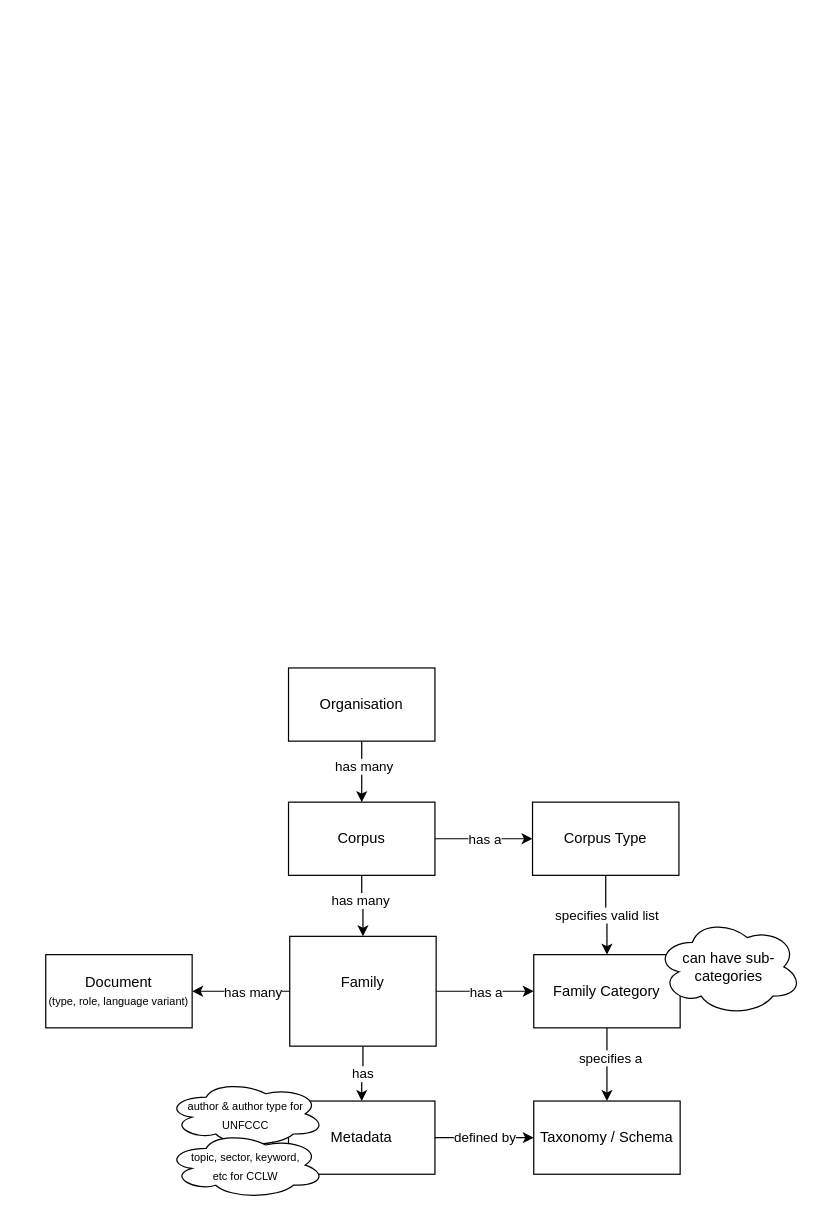
diversemix/scratch keeps this draw.io diagram as Suggested.drawio. Above is the earlier version. Source tidied: cells renumbered, new cells numbered last; positions are measured from the earlier drawing's top-left corner, leaving out a move shared by most shapes. Both pictures are drawn from the tidied source at 122%, with x=0, y=0 at pixel (45, 667).
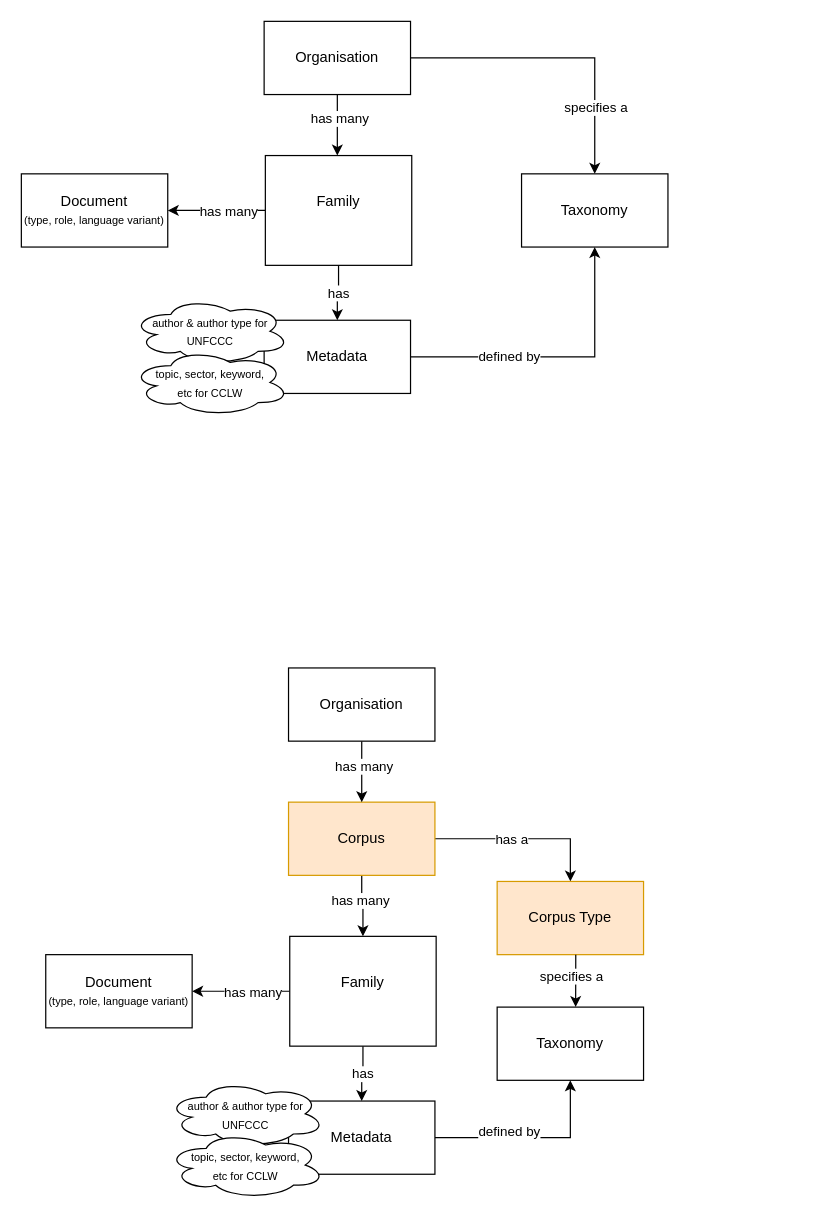
Above is the later version.

Unchanged cells that the change refers to:
```xml
<mxCell id="22" value="&lt;div&gt;Family&lt;/div&gt;&lt;div&gt;&lt;br&gt;&lt;/div&gt;" style="rounded=0;whiteSpace=wrap;html=1;" parent="1" vertex="1">
  <mxGeometry x="200" y="220" width="120" height="90" as="geometry" />
</mxCell>
<mxCell id="24" value="Metadata" style="rounded=0;whiteSpace=wrap;html=1;" parent="1" vertex="1">
  <mxGeometry x="199" y="355" width="120" height="60" as="geometry" />
</mxCell>
```

The edit, as a diff of the source:
```diff
@@
-    <mxCell id="2" style="edgeStyle=orthogonalEdgeStyle;rounded=0;jettySize=auto;html=1;" parent="1" edge="1" source="6" target="11">
-      <mxGeometry relative="1" as="geometry" />
+    <mxCell id="2" style="edgeStyle=orthogonalEdgeStyle;rounded=0;jettySize=auto;html=1;entryX=0.5;entryY=0;entryDx=0;entryDy=0;" parent="1" edge="1" source="6" target="11">
+      <mxGeometry relative="1" as="geometry">
+        <Array as="points">
+          <mxPoint x="430" y="140" />
+        </Array>
+      </mxGeometry>
     </mxCell>
     <mxCell id="3" value="has a" style="edgeLabel;html=1;align=center;verticalAlign=middle;" parent="2" vertex="1">
       <mxGeometry x="0.08" y="1" relative="1" as="geometry">
-        <mxPoint x="-3" y="1" as="offset" />
+        <mxPoint x="-17" y="1" as="offset" />
       </mxGeometry>
     </mxCell>
@@
-    <mxCell id="6" value="Corpus" style="rounded=0;whiteSpace=wrap;html=1;" parent="1" vertex="1">
+    <mxCell id="6" value="Corpus" style="rounded=0;whiteSpace=wrap;html=1;fillColor=#ffe6cc;strokeColor=#d79b00;" parent="1" vertex="1">
       <mxGeometry x="199" y="110" width="120" height="60" as="geometry" />
     </mxCell>
@@
-    <mxCell id="10" value="specifies valid list" style="edgeStyle=orthogonalEdgeStyle;rounded=0;jettySize=auto;html=1;" parent="1" edge="1" source="11" target="14">
-      <mxGeometry relative="1" as="geometry" />
-    </mxCell>
-    <mxCell id="11" value="Corpus Type" style="rounded=0;whiteSpace=wrap;html=1;" parent="1" vertex="1">
-      <mxGeometry x="399" y="110" width="120" height="60" as="geometry" />
+    <mxCell id="11" value="Corpus Type" style="rounded=0;whiteSpace=wrap;html=1;fillColor=#ffe6cc;strokeColor=#d79b00;" parent="1" vertex="1">
+      <mxGeometry x="370" y="175" width="120" height="60" as="geometry" />
     </mxCell>
-    <mxCell id="12" style="edgeStyle=orthogonalEdgeStyle;rounded=0;jettySize=auto;html=1;" parent="1" edge="1" source="14" target="16">
+    <mxCell id="12" style="edgeStyle=orthogonalEdgeStyle;rounded=0;jettySize=auto;html=1;exitX=0.537;exitY=1.003;exitDx=0;exitDy=0;entryX=0.536;entryY=-0.002;entryDx=0;entryDy=0;entryPerimeter=0;exitPerimeter=0;" parent="1" edge="1" source="11" target="16">
       <mxGeometry relative="1" as="geometry" />
     </mxCell>
     <mxCell id="13" value="specifies a" style="edgeLabel;html=1;align=center;verticalAlign=middle;" parent="12" vertex="1">
-      <mxGeometry x="-0.2" y="2" relative="1" as="geometry" />
+      <mxGeometry x="-0.2" y="2" relative="1" as="geometry">
+        <mxPoint x="-6" as="offset" />
+      </mxGeometry>
     </mxCell>
-    <mxCell id="14" value="Family Category" style="rounded=0;whiteSpace=wrap;html=1;" parent="1" vertex="1">
-      <mxGeometry x="400" y="235" width="120" height="60" as="geometry" />
-    </mxCell>
-    <mxCell id="15" value="can have sub-categories" style="ellipse;shape=cloud;whiteSpace=wrap;html=1;" parent="1" vertex="1">
-      <mxGeometry x="500" y="205" width="120" height="80" as="geometry" />
-    </mxCell>
-    <mxCell id="16" value="Taxonomy / Schema" style="rounded=0;whiteSpace=wrap;html=1;" parent="1" vertex="1">
-      <mxGeometry x="400" y="355" width="120" height="60" as="geometry" />
+    <mxCell id="16" value="Taxonomy" style="rounded=0;whiteSpace=wrap;html=1;" parent="1" vertex="1">
+      <mxGeometry x="370" y="278" width="120" height="60" as="geometry" />
     </mxCell>
-    <mxCell id="17" style="edgeStyle=orthogonalEdgeStyle;rounded=0;jettySize=auto;html=1;" parent="1" edge="1" source="22" target="14">
-      <mxGeometry relative="1" as="geometry" />
-    </mxCell>
-    <mxCell id="18" value="has a" style="edgeLabel;html=1;align=center;verticalAlign=middle;" parent="17" vertex="1">
-      <mxGeometry x="-0.23" y="-2" relative="1" as="geometry">
-        <mxPoint x="9" y="-2" as="offset" />
-      </mxGeometry>
-    </mxCell>
@@
     <mxCell id="23" value="defined by" style="edgeStyle=orthogonalEdgeStyle;rounded=0;jettySize=auto;html=1;" parent="1" edge="1" source="24" target="16">
-      <mxGeometry relative="1" as="geometry" />
+      <mxGeometry x="-0.23" y="5" relative="1" as="geometry" />
     </mxCell>
@@
+    <mxCell id="28" style="edgeStyle=orthogonalEdgeStyle;rounded=0;jettySize=auto;html=1;entryX=0.5;entryY=0;entryDx=0;entryDy=0;" parent="1" edge="1" source="30">
+      <mxGeometry relative="1" as="geometry">
+        <mxPoint x="239" y="-420" as="targetPoint" />
+      </mxGeometry>
+    </mxCell>
+    <mxCell id="29" value="has many" style="edgeLabel;html=1;align=center;verticalAlign=middle;" parent="28" vertex="1">
+      <mxGeometry x="0.1" y="2" relative="1" as="geometry">
+        <mxPoint x="-1" y="-8" as="offset" />
+      </mxGeometry>
+    </mxCell>
+    <mxCell id="30" value="Organisation" style="rounded=0;whiteSpace=wrap;html=1;" parent="1" vertex="1">
+      <mxGeometry x="179" y="-530" width="120" height="60" as="geometry" />
+    </mxCell>
+    <mxCell id="31" style="edgeStyle=orthogonalEdgeStyle;rounded=0;jettySize=auto;html=1;exitX=1;exitY=0.5;exitDx=0;exitDy=0;" parent="1" edge="1" source="30" target="33">
+      <mxGeometry relative="1" as="geometry" />
+    </mxCell>
+    <mxCell id="32" value="specifies a" style="edgeLabel;html=1;align=center;verticalAlign=middle;" parent="31" vertex="1">
+      <mxGeometry x="-0.2" y="2" relative="1" as="geometry">
+        <mxPoint x="53" y="42" as="offset" />
+      </mxGeometry>
+    </mxCell>
+    <mxCell id="33" value="Taxonomy" style="rounded=0;whiteSpace=wrap;html=1;" parent="1" vertex="1">
+      <mxGeometry x="390" y="-405" width="120" height="60" as="geometry" />
+    </mxCell>
+    <mxCell id="34" value="has" style="edgeStyle=orthogonalEdgeStyle;rounded=0;jettySize=auto;html=1;" parent="1" edge="1" source="37" target="39">
+      <mxGeometry relative="1" as="geometry" />
+    </mxCell>
+    <mxCell id="35" style="edgeStyle=orthogonalEdgeStyle;rounded=0;jettySize=auto;html=1;" parent="1" edge="1" source="37" target="40">
+      <mxGeometry relative="1" as="geometry" />
+    </mxCell>
+    <mxCell id="36" value="has many" style="edgeLabel;html=1;align=center;verticalAlign=middle;" parent="35" vertex="1">
+      <mxGeometry x="0.12" y="1" relative="1" as="geometry">
+        <mxPoint x="14" y="-1" as="offset" />
+      </mxGeometry>
+    </mxCell>
+    <mxCell id="37" value="&lt;div&gt;Family&lt;/div&gt;&lt;div&gt;&lt;br&gt;&lt;/div&gt;" style="rounded=0;whiteSpace=wrap;html=1;" parent="1" vertex="1">
+      <mxGeometry x="180" y="-420" width="120" height="90" as="geometry" />
+    </mxCell>
+    <mxCell id="38" value="defined by" style="edgeStyle=orthogonalEdgeStyle;rounded=0;jettySize=auto;html=1;" parent="1" edge="1" source="39" target="33">
+      <mxGeometry x="-0.33" relative="1" as="geometry" />
+    </mxCell>
+    <mxCell id="39" value="Metadata" style="rounded=0;whiteSpace=wrap;html=1;" parent="1" vertex="1">
+      <mxGeometry x="179" y="-285" width="120" height="60" as="geometry" />
+    </mxCell>
+    <mxCell id="40" value="&lt;div&gt;Document&lt;/div&gt;&lt;div&gt;&lt;font style=&quot;font-size: 9px;&quot;&gt;(type, role, language variant)&lt;/font&gt;&lt;br&gt;&lt;/div&gt;" style="whiteSpace=wrap;html=1;rounded=0;" parent="1" vertex="1">
+      <mxGeometry x="-20" y="-405" width="120" height="60" as="geometry" />
+    </mxCell>
+    <mxCell id="41" value="&lt;font style=&quot;font-size: 9px;&quot;&gt;author &amp;amp; author type for UNFCCC&lt;br&gt;&lt;/font&gt;" style="ellipse;shape=cloud;whiteSpace=wrap;html=1;" parent="1" vertex="1">
+      <mxGeometry x="70" y="-303.5" width="130" height="55" as="geometry" />
+    </mxCell>
+    <mxCell id="42" value="&lt;font style=&quot;font-size: 9px;&quot;&gt;topic, sector, keyword, &lt;br&gt;etc for CCLW&lt;br&gt;&lt;/font&gt;" style="ellipse;shape=cloud;whiteSpace=wrap;html=1;" parent="1" vertex="1">
+      <mxGeometry x="70" y="-261.5" width="130" height="55" as="geometry" />
+    </mxCell>
```
